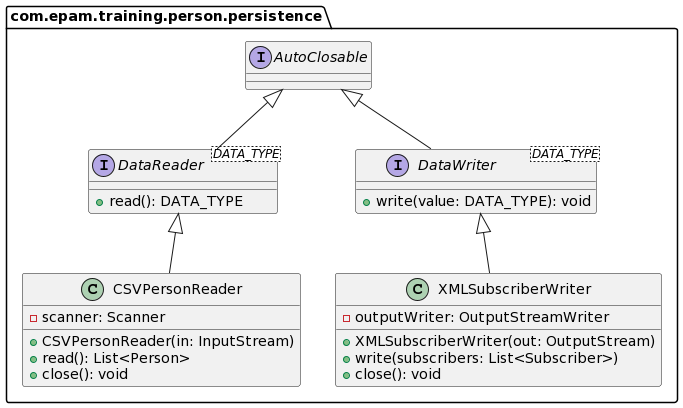
epam-java-cre/exercise-specification-images keeps this PlantUML diagram as data-format-person/persistence.png. Above is the earlier version. Its diagram source:
```plantuml
@startuml
set separator none
package com.epam.training.person.persistence {
    interface AutoClosable

    interface DataReader<DATA_TYPE> {
        + read(): DATA_TYPE
    }
    interface DataWriter<DATA_TYPE> {
        + write(value: DATA_TYPE): void
    }

    class CSVPersonReader {
        - scanner: Scanner
        + CSVPersonReader(in: InputStream)
        + read(): List<Person>
        + close(): void
    }

    class XMLSubscriberWriter {
        - outputWriter: OutputStreamWriter
        + XMLSubscriberWriter(out: OutputStream)
        + write(subscribers: List<Subscriber>)
        + close(): void
    }

    AutoClosable <|-- DataReader
    AutoClosable <|-- DataWriter

    DataReader <|-- CSVPersonReader
    DataWriter <|-- XMLSubscriberWriter
}
@enduml
```
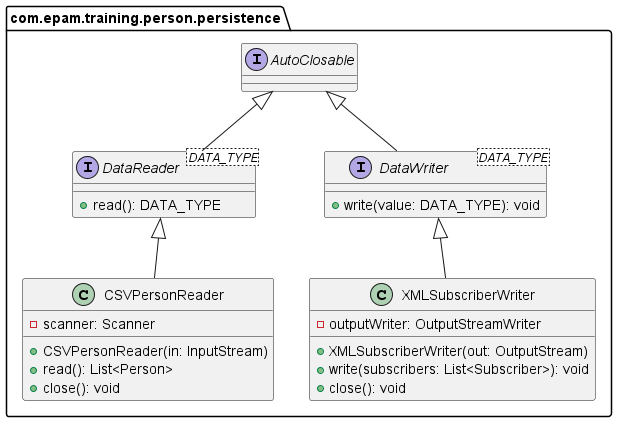
Above is the later version.

Commit message:
Fixed XMLSubscriberWriter.write() return type

The edit, as a diff of the source:
```diff
@@ -20,7 +20,7 @@
     class XMLSubscriberWriter {
         - outputWriter: OutputStreamWriter
         + XMLSubscriberWriter(out: OutputStream)
-        + write(subscribers: List<Subscriber>)
+        + write(subscribers: List<Subscriber>): void
         + close(): void
     }
 
```
